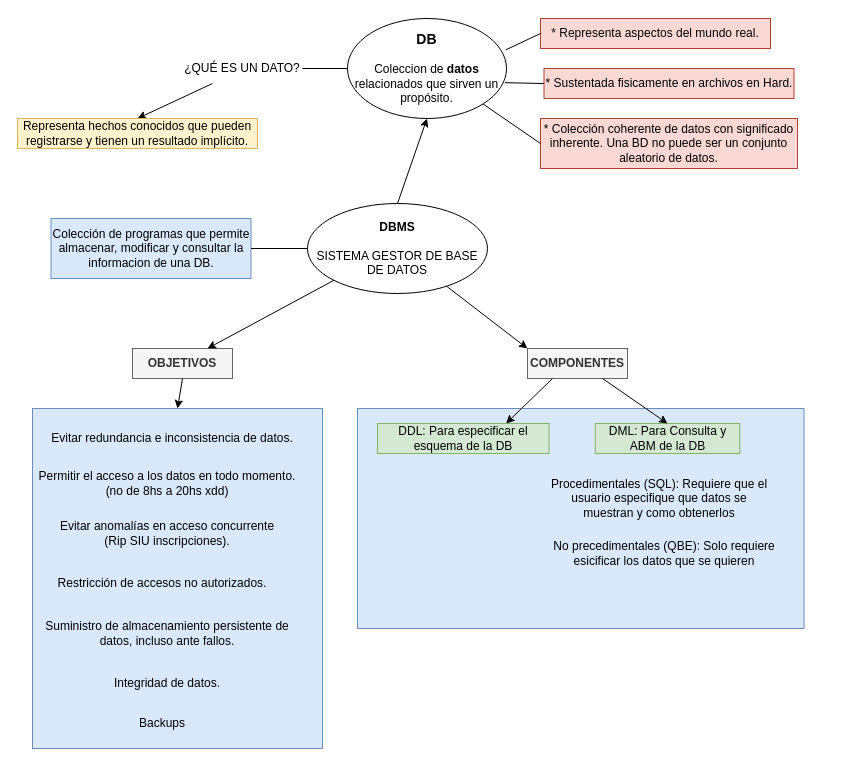
Before: page "DB, Datos, DBMS" (1 of 6) of Diagrama-resumen.drawio in senras/DBD, a draw.io diagram. Source tidied: cells renumbered, new cells numbered last; positions are measured from the earlier drawing's top-left corner, leaving out a move shared by most shapes. Both pictures are drawn from the tidied source at 100%, with x=0, y=0 at pixel (17, 18).
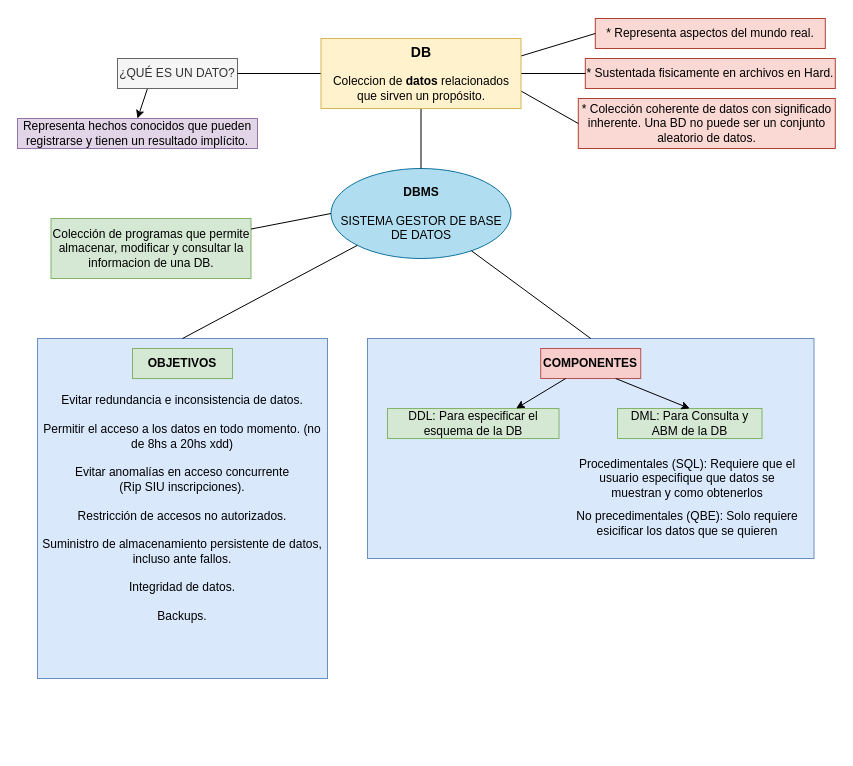
After the change.

Diff of the diagram source:
```diff
@@
+    <mxCell id="26" value="&lt;span&gt;Evitar redundancia e inconsistencia de datos.&lt;br&gt;&lt;br&gt;&lt;/span&gt;Permitir el acceso a los datos en todo momento. (no de 8hs a 20hs xdd)&lt;br&gt;&lt;span&gt;&lt;br&gt;&lt;/span&gt;Evitar anomalías en acceso concurrente&lt;br&gt;(Rip SIU inscripciones).&lt;br&gt;&lt;span&gt;&lt;br&gt;&lt;/span&gt;Restricción de accesos no autorizados.&lt;br&gt;&lt;span&gt;&lt;br&gt;&lt;/span&gt;Suministro de almacenamiento persistente de datos, incluso ante fallos.&lt;br&gt;&lt;span&gt;&lt;br&gt;&lt;/span&gt;Integridad de datos.&lt;br&gt;&lt;span&gt;&lt;br&gt;&lt;/span&gt;Backups.&lt;span&gt;&lt;br&gt;&lt;/span&gt;" style="rounded=0;whiteSpace=wrap;html=1;fillColor=#dae8fc;strokeColor=#6c8ebf;" parent="1" vertex="1">
+      <mxGeometry x="20" y="320" width="290" height="340" as="geometry" />
+    </mxCell>
     <mxCell id="2" style="rounded=0;whiteSpace=wrap;html=1;fillColor=#dae8fc;strokeColor=#6c8ebf;" parent="1" vertex="1">
-      <mxGeometry x="340" y="390" width="446.5" height="220" as="geometry" />
+      <mxGeometry x="350" y="320" width="446.5" height="220" as="geometry" />
     </mxCell>
-    <mxCell id="3" value="&lt;h3&gt;&lt;b&gt;DB&lt;/b&gt;&lt;/h3&gt;Coleccion de &lt;b&gt;datos &lt;/b&gt;relacionados que sirven un propósito.&lt;br&gt;&lt;br&gt;" style="ellipse;whiteSpace=wrap;html=1;" parent="1" vertex="1">
-      <mxGeometry x="330" width="159" height="100" as="geometry" />
-    </mxCell>
     <mxCell id="4" value="* Representa aspectos del mundo real." style="text;html=1;strokeColor=#ae4132;fillColor=#fad9d5;align=center;verticalAlign=middle;whiteSpace=wrap;rounded=0;" parent="1" vertex="1">
-      <mxGeometry x="523" width="230" height="30" as="geometry" />
+      <mxGeometry x="577.8" width="230" height="30" as="geometry" />
     </mxCell>
     <mxCell id="5" value="* Colección coherente de datos con significado inherente. Una BD no puede ser un conjunto aleatorio de datos." style="text;html=1;strokeColor=#ae4132;fillColor=#fad9d5;align=center;verticalAlign=middle;whiteSpace=wrap;rounded=0;" parent="1" vertex="1">
-      <mxGeometry x="523" y="100" width="257" height="50" as="geometry" />
+      <mxGeometry x="560.8" y="80" width="257" height="50" as="geometry" />
     </mxCell>
     <mxCell id="6" value="* Sustentada fisicamente en archivos en Hard." style="text;html=1;strokeColor=#ae4132;fillColor=#fad9d5;align=center;verticalAlign=middle;whiteSpace=wrap;rounded=0;" parent="1" vertex="1">
-      <mxGeometry x="526.5" y="50" width="250" height="30" as="geometry" />
+      <mxGeometry x="567.8" y="40" width="250" height="30" as="geometry" />
     </mxCell>
-    <mxCell id="7" value="&lt;b&gt;DBMS&lt;/b&gt;&lt;br&gt;&lt;br&gt;SISTEMA GESTOR DE BASE DE DATOS" style="ellipse;whiteSpace=wrap;html=1;" parent="1" vertex="1">
-      <mxGeometry x="290" y="185" width="180" height="90" as="geometry" />
+    <mxCell id="7" value="&lt;b&gt;DBMS&lt;/b&gt;&lt;br&gt;&lt;br&gt;SISTEMA GESTOR DE BASE DE DATOS" style="ellipse;whiteSpace=wrap;html=1;fillColor=#b1ddf0;strokeColor=#10739e;" parent="1" vertex="1">
+      <mxGeometry x="313.5" y="150" width="180" height="90" as="geometry" />
     </mxCell>
-    <mxCell id="8" value="OBJETIVOS" style="text;html=1;align=center;verticalAlign=middle;whiteSpace=wrap;rounded=0;fontStyle=1;fillColor=#f5f5f5;fontColor=#333333;strokeColor=#666666;" parent="1" vertex="1">
+    <mxCell id="8" value="OBJETIVOS" style="text;html=1;align=center;verticalAlign=middle;whiteSpace=wrap;rounded=0;fontStyle=1;fillColor=#d5e8d4;strokeColor=#82b366;" parent="1" vertex="1">
       <mxGeometry x="115" y="330" width="100" height="30" as="geometry" />
     </mxCell>
-    <mxCell id="9" value="COMPONENTES" style="text;html=1;strokeColor=#666666;fillColor=#f5f5f5;align=center;verticalAlign=middle;whiteSpace=wrap;rounded=0;fontStyle=1;fontColor=#333333;" parent="1" vertex="1">
-      <mxGeometry x="510" y="330" width="100" height="30" as="geometry" />
+    <mxCell id="9" value="COMPONENTES" style="text;html=1;strokeColor=#b85450;fillColor=#f8cecc;align=center;verticalAlign=middle;whiteSpace=wrap;rounded=0;fontStyle=1;" parent="1" vertex="1">
+      <mxGeometry x="523.2" y="330" width="100" height="30" as="geometry" />
     </mxCell>
     <mxCell id="10" value="DDL: Para especificar el esquema de la DB" style="text;html=1;strokeColor=#82b366;fillColor=#d5e8d4;align=center;verticalAlign=middle;whiteSpace=wrap;rounded=0;" parent="1" vertex="1">
-      <mxGeometry x="360" y="405" width="171.5" height="30" as="geometry" />
+      <mxGeometry x="370" y="390" width="171.5" height="30" as="geometry" />
     </mxCell>
     <mxCell id="11" value="DML: Para Consulta y ABM de la DB" style="text;html=1;strokeColor=#82b366;fillColor=#d5e8d4;align=center;verticalAlign=middle;whiteSpace=wrap;rounded=0;" parent="1" vertex="1">
-      <mxGeometry x="577.8" y="405" width="144.5" height="30" as="geometry" />
+      <mxGeometry x="600" y="390" width="144.5" height="30" as="geometry" />
     </mxCell>
     <mxCell id="12" value="Procedimentales (SQL): Requiere que el usuario especifique que datos se muestran y como obtenerlos" style="text;html=1;strokeColor=none;fillColor=none;align=center;verticalAlign=middle;whiteSpace=wrap;rounded=0;" parent="1" vertex="1">
-      <mxGeometry x="531.5" y="465" width="220" height="30" as="geometry" />
+      <mxGeometry x="560" y="445" width="220" height="30" as="geometry" />
     </mxCell>
     <mxCell id="13" value="No precedimentales (QBE): Solo requiere esicificar los datos que se quieren" style="text;html=1;strokeColor=none;fillColor=none;align=center;verticalAlign=middle;whiteSpace=wrap;rounded=0;" parent="1" vertex="1">
-      <mxGeometry x="526.5" y="520" width="240" height="30" as="geometry" />
+      <mxGeometry x="550" y="490" width="240" height="30" as="geometry" />
     </mxCell>
-    <mxCell id="14" style="endArrow=classic;html=1;rounded=0;exitX=0.5;exitY=0;exitDx=0;exitDy=0;entryX=0.5;entryY=1;entryDx=0;entryDy=0;startArrow=none;" parent="1" edge="1" source="7" target="3">
+    <mxCell id="14" style="endArrow=none;html=1;rounded=0;exitX=0.5;exitY=0;exitDx=0;exitDy=0;entryX=0.5;entryY=1;entryDx=0;entryDy=0;startArrow=none;endFill=0;" parent="1" edge="1" source="7" target="3">
       <mxGeometry relative="1" as="geometry" />
     </mxCell>
-    <mxCell id="15" value="Colección de programas que permite almacenar, modificar y consultar la informacion de una DB." style="text;html=1;strokeColor=#6c8ebf;fillColor=#dae8fc;align=center;verticalAlign=middle;whiteSpace=wrap;rounded=0;" parent="1" vertex="1">
+    <mxCell id="15" value="Colección de programas que permite almacenar, modificar y consultar la informacion de una DB." style="text;html=1;strokeColor=#82b366;fillColor=#d5e8d4;align=center;verticalAlign=middle;whiteSpace=wrap;rounded=0;" parent="1" vertex="1">
       <mxGeometry x="33.5" y="200" width="200" height="60" as="geometry" />
     </mxCell>
@@
-    <mxCell id="17" value="¿QUÉ ES UN DATO?" style="text;html=1;strokeColor=none;fillColor=none;align=center;verticalAlign=middle;whiteSpace=wrap;rounded=0;" parent="1" vertex="1">
-      <mxGeometry x="165" y="35" width="120" height="30" as="geometry" />
+    <mxCell id="17" value="¿QUÉ ES UN DATO?" style="text;html=1;align=center;verticalAlign=middle;whiteSpace=wrap;rounded=0;fillColor=#f5f5f5;fontColor=#333333;strokeColor=#666666;" parent="1" vertex="1">
+      <mxGeometry x="100" y="40" width="120" height="30" as="geometry" />
     </mxCell>
@@
-    <mxCell id="19" value="Representa hechos conocidos que pueden registrarse y tienen un resultado implícito." style="text;html=1;strokeColor=#d6b656;fillColor=#fff2cc;align=center;verticalAlign=middle;whiteSpace=wrap;rounded=0;" parent="1" vertex="1">
+    <mxCell id="19" value="Representa hechos conocidos que pueden registrarse y tienen un resultado implícito." style="text;html=1;strokeColor=#9673a6;fillColor=#e1d5e7;align=center;verticalAlign=middle;whiteSpace=wrap;rounded=0;" parent="1" vertex="1">
       <mxGeometry y="100" width="240" height="30" as="geometry" />
     </mxCell>
@@
-    <mxCell id="21" style="endArrow=none;html=1;rounded=0;exitX=0.995;exitY=0.314;exitDx=0;exitDy=0;exitPerimeter=0;entryX=0;entryY=0.5;entryDx=0;entryDy=0;" parent="1" edge="1" source="3" target="4">
+    <mxCell id="21" style="endArrow=none;html=1;rounded=0;exitX=1;exitY=0.25;exitDx=0;exitDy=0;entryX=0;entryY=0.5;entryDx=0;entryDy=0;" parent="1" edge="1" source="3" target="4">
       <mxGeometry relative="1" as="geometry" />
     </mxCell>
-    <mxCell id="22" style="endArrow=none;html=1;rounded=0;exitX=1;exitY=1;exitDx=0;exitDy=0;entryX=0;entryY=0.5;entryDx=0;entryDy=0;" parent="1" edge="1" source="3" target="5">
+    <mxCell id="22" style="endArrow=none;html=1;rounded=0;exitX=1;exitY=0.75;exitDx=0;exitDy=0;entryX=0;entryY=0.5;entryDx=0;entryDy=0;" parent="1" edge="1" source="3" target="5">
       <mxGeometry relative="1" as="geometry" />
     </mxCell>
-    <mxCell id="23" style="endArrow=none;html=1;rounded=0;exitX=0;exitY=0.5;exitDx=0;exitDy=0;entryX=0.99;entryY=0.642;entryDx=0;entryDy=0;entryPerimeter=0;" parent="1" edge="1" source="6" target="3">
+    <mxCell id="23" style="endArrow=none;html=1;rounded=0;exitX=0;exitY=0.5;exitDx=0;exitDy=0;entryX=1;entryY=0.5;entryDx=0;entryDy=0;" parent="1" edge="1" source="6" target="3">
       <mxGeometry relative="1" as="geometry" />
     </mxCell>
-    <mxCell id="24" style="endArrow=classic;html=1;rounded=0;exitX=0;exitY=1;exitDx=0;exitDy=0;entryX=0.75;entryY=0;entryDx=0;entryDy=0;" parent="1" edge="1" source="7" target="8">
+    <mxCell id="24" style="endArrow=none;html=1;rounded=0;exitX=0;exitY=1;exitDx=0;exitDy=0;entryX=0.5;entryY=0;entryDx=0;entryDy=0;endFill=0;" parent="1" edge="1" source="7" target="26">
       <mxGeometry relative="1" as="geometry" />
     </mxCell>
-    <mxCell id="25" style="endArrow=classic;html=1;rounded=0;entryX=0;entryY=0;entryDx=0;entryDy=0;" parent="1" edge="1" source="7" target="9">
+    <mxCell id="25" style="endArrow=none;html=1;rounded=0;entryX=0.5;entryY=0;entryDx=0;entryDy=0;endFill=0;" parent="1" edge="1" source="7" target="2">
       <mxGeometry relative="1" as="geometry" />
     </mxCell>
-    <mxCell id="26" style="rounded=0;whiteSpace=wrap;html=1;fillColor=#dae8fc;strokeColor=#6c8ebf;" parent="1" vertex="1">
-      <mxGeometry x="15" y="390" width="290" height="340" as="geometry" />
-    </mxCell>
-    <mxCell id="27" value="Evitar redundancia e inconsistencia de datos." style="text;html=1;strokeColor=none;fillColor=none;align=center;verticalAlign=middle;whiteSpace=wrap;rounded=0;" parent="1" vertex="1">
-      <mxGeometry y="405" width="310" height="30" as="geometry" />
-    </mxCell>
-    <mxCell id="28" value="Permitir el acceso a los datos en todo momento. (no de 8hs a 20hs xdd)" style="text;html=1;strokeColor=none;fillColor=none;align=center;verticalAlign=middle;whiteSpace=wrap;rounded=0;" parent="1" vertex="1">
-      <mxGeometry x="20" y="450" width="260" height="30" as="geometry" />
-    </mxCell>
-    <mxCell id="29" value="Evitar anomalías en acceso concurrente &lt;br&gt;(Rip SIU inscripciones)." style="text;html=1;strokeColor=none;fillColor=none;align=center;verticalAlign=middle;whiteSpace=wrap;rounded=0;" parent="1" vertex="1">
-      <mxGeometry x="15" y="500" width="270" height="30" as="geometry" />
-    </mxCell>
-    <mxCell id="30" value="Restricción de accesos no autorizados." style="text;html=1;strokeColor=none;fillColor=none;align=center;verticalAlign=middle;whiteSpace=wrap;rounded=0;" parent="1" vertex="1">
-      <mxGeometry x="20" y="550" width="250" height="30" as="geometry" />
-    </mxCell>
-    <mxCell id="31" value="Suministro de almacenamiento persistente de datos, incluso ante fallos." style="text;html=1;strokeColor=none;fillColor=none;align=center;verticalAlign=middle;whiteSpace=wrap;rounded=0;" parent="1" vertex="1">
-      <mxGeometry x="25" y="600" width="250" height="30" as="geometry" />
-    </mxCell>
-    <mxCell id="32" value="Integridad de datos." style="text;html=1;strokeColor=none;fillColor=none;align=center;verticalAlign=middle;whiteSpace=wrap;rounded=0;" parent="1" vertex="1">
-      <mxGeometry y="650" width="300" height="30" as="geometry" />
-    </mxCell>
-    <mxCell id="33" value="Backups" style="text;html=1;strokeColor=none;fillColor=none;align=center;verticalAlign=middle;whiteSpace=wrap;rounded=0;" parent="1" vertex="1">
-      <mxGeometry x="115" y="690" width="60" height="30" as="geometry" />
-    </mxCell>
@@
-    <mxCell id="37" style="endArrow=classic;html=1;rounded=0;exitX=0.5;exitY=1;exitDx=0;exitDy=0;entryX=0.5;entryY=0;entryDx=0;entryDy=0;" parent="1" edge="1" source="8" target="26">
-      <mxGeometry relative="1" as="geometry" />
-    </mxCell>
+    <mxCell id="3" value="&lt;h3&gt;&lt;b&gt;DB&lt;/b&gt;&lt;/h3&gt;&lt;span&gt;&lt;div&gt;&lt;span&gt;Coleccion de&amp;nbsp;&lt;/span&gt;&lt;b&gt;datos&amp;nbsp;&lt;/b&gt;&lt;span&gt;relacionados que sirven un propósito.&lt;/span&gt;&lt;/div&gt;&lt;div&gt;&lt;span&gt;&lt;br&gt;&lt;/span&gt;&lt;/div&gt;&lt;/span&gt;" style="rounded=0;whiteSpace=wrap;html=1;fillColor=#fff2cc;strokeColor=#d6b656;align=center;" parent="1" vertex="1">
+      <mxGeometry x="303.5" y="20" width="200" height="70" as="geometry" />
+    </mxCell>
```
